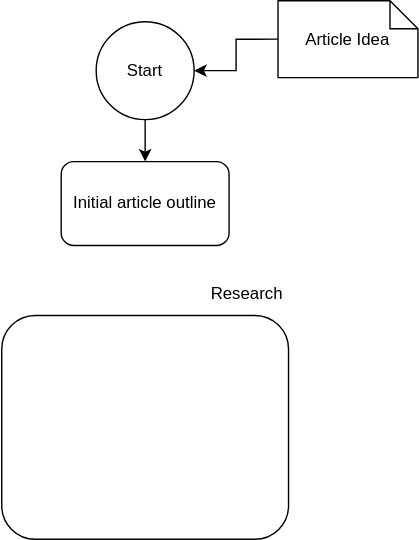
Before: diagram/blog-agent.drawio.svg, a diagram exported from draw.io (lojones/blog-agent-assets). Source tidied: cells renumbered, new cells last; positions are measured from the earlier drawing's top-left corner, leaving out a move shared by most shapes. Its diagram source:
```xml
<mxGraphModel>
  <root>
    <mxCell id="0" />
    <mxCell id="1" parent="0" />
    <mxCell id="2" style="edgeStyle=orthogonalEdgeStyle;rounded=0;jettySize=auto;html=1;exitX=0.5;exitY=1;exitDx=0;exitDy=0;entryX=0.5;entryY=0;entryDx=0;entryDy=0;" parent="1" edge="1" source="3" target="6">
      <mxGeometry relative="1" as="geometry" />
    </mxCell>
    <mxCell id="3" value="Start" style="ellipse;whiteSpace=wrap;html=1;" parent="1" vertex="1">
      <mxGeometry x="68" y="15" width="70" height="70" as="geometry" />
    </mxCell>
    <mxCell id="4" style="edgeStyle=orthogonalEdgeStyle;rounded=0;jettySize=auto;html=1;exitX=0;exitY=0.5;exitDx=0;exitDy=0;exitPerimeter=0;" parent="1" edge="1" source="5" target="3">
      <mxGeometry relative="1" as="geometry" />
    </mxCell>
    <mxCell id="5" value="Article Idea" style="shape=note;size=20;whiteSpace=wrap;html=1;" parent="1" vertex="1">
      <mxGeometry x="198" width="100" height="55" as="geometry" />
    </mxCell>
    <mxCell id="6" value="Initial article outline" style="rounded=1;whiteSpace=wrap;html=1;" parent="1" vertex="1">
      <mxGeometry x="43" y="115" width="120" height="60" as="geometry" />
    </mxCell>
    <mxCell id="7" style="rounded=1;whiteSpace=wrap;html=1;" parent="1" vertex="1">
      <mxGeometry x="0.5" y="225" width="205" height="160" as="geometry" />
    </mxCell>
    <mxCell id="8" value="Research" style="text;html=1;align=center;verticalAlign=middle;whiteSpace=wrap;rounded=0;" parent="1" vertex="1">
      <mxGeometry x="145.5" y="195" width="60" height="30" as="geometry" />
    </mxCell>
  </root>
</mxGraphModel>
```
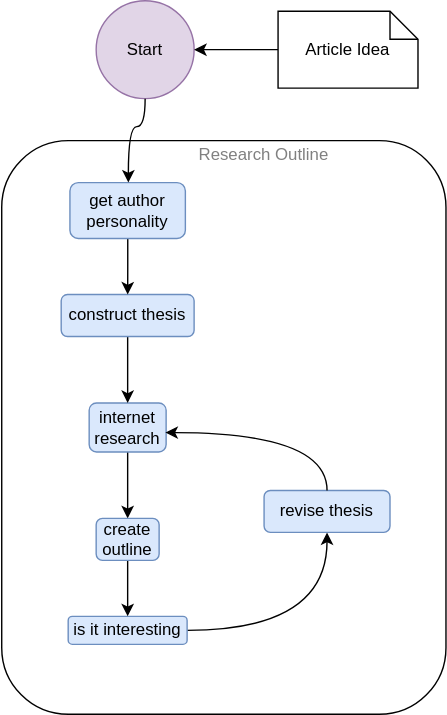
The same file after the commit.

Change to the diagram source:
```diff
@@ -2,26 +2,64 @@
   <root>
     <mxCell id="0" />
     <mxCell id="1" parent="0" />
-    <mxCell id="2" style="edgeStyle=orthogonalEdgeStyle;rounded=0;jettySize=auto;html=1;exitX=0.5;exitY=1;exitDx=0;exitDy=0;entryX=0.5;entryY=0;entryDx=0;entryDy=0;" parent="1" edge="1" source="3" target="6">
-      <mxGeometry relative="1" as="geometry" />
-    </mxCell>
-    <mxCell id="3" value="Start" style="ellipse;whiteSpace=wrap;html=1;" parent="1" vertex="1">
+    <mxCell id="3" value="Start" style="ellipse;whiteSpace=wrap;html=1;fillColor=#e1d5e7;strokeColor=#9673a6;" parent="1" vertex="1">
       <mxGeometry x="68" y="15" width="70" height="70" as="geometry" />
     </mxCell>
     <mxCell id="4" style="edgeStyle=orthogonalEdgeStyle;rounded=0;jettySize=auto;html=1;exitX=0;exitY=0.5;exitDx=0;exitDy=0;exitPerimeter=0;" parent="1" edge="1" source="5" target="3">
       <mxGeometry relative="1" as="geometry" />
     </mxCell>
     <mxCell id="5" value="Article Idea" style="shape=note;size=20;whiteSpace=wrap;html=1;" parent="1" vertex="1">
-      <mxGeometry x="198" width="100" height="55" as="geometry" />
+      <mxGeometry x="198" y="22.5" width="100" height="55" as="geometry" />
     </mxCell>
-    <mxCell id="6" value="Initial article outline" style="rounded=1;whiteSpace=wrap;html=1;" parent="1" vertex="1">
-      <mxGeometry x="43" y="115" width="120" height="60" as="geometry" />
-    </mxCell>
     <mxCell id="7" style="rounded=1;whiteSpace=wrap;html=1;" parent="1" vertex="1">
-      <mxGeometry x="0.5" y="225" width="205" height="160" as="geometry" />
+      <mxGeometry x="0.5" y="115" width="317.5" height="410" as="geometry" />
     </mxCell>
-    <mxCell id="8" value="Research" style="text;html=1;align=center;verticalAlign=middle;whiteSpace=wrap;rounded=0;" parent="1" vertex="1">
-      <mxGeometry x="145.5" y="195" width="60" height="30" as="geometry" />
+    <mxCell id="8" value="Research Outline" style="text;html=1;align=center;verticalAlign=middle;whiteSpace=wrap;rounded=0;fontColor=light-dark(#808080, #ededed);" parent="1" vertex="1">
+      <mxGeometry x="128" y="115" width="120" height="20" as="geometry" />
     </mxCell>
+    <mxCell id="9" style="edgeStyle=orthogonalEdgeStyle;rounded=0;jettySize=auto;html=1;" parent="1" edge="1" source="10" target="18">
+      <mxGeometry relative="1" as="geometry" />
+    </mxCell>
+    <mxCell id="10" value="internet research" style="rounded=1;whiteSpace=wrap;html=1;fillColor=#dae8fc;strokeColor=#6c8ebf;" parent="1" vertex="1">
+      <mxGeometry x="63" y="302.5" width="55" height="35" as="geometry" />
+    </mxCell>
+    <mxCell id="11" style="edgeStyle=orthogonalEdgeStyle;rounded=0;jettySize=auto;html=1;entryX=0.5;entryY=0;entryDx=0;entryDy=0;" parent="1" edge="1" source="12" target="10">
+      <mxGeometry relative="1" as="geometry" />
+    </mxCell>
+    <mxCell id="12" value="construct thesis" style="rounded=1;whiteSpace=wrap;html=1;fillColor=#dae8fc;strokeColor=#6c8ebf;" parent="1" vertex="1">
+      <mxGeometry x="43" y="225" width="95" height="30" as="geometry" />
+    </mxCell>
+    <mxCell id="13" style="edgeStyle=orthogonalEdgeStyle;rounded=0;jettySize=auto;html=1;" parent="1" edge="1" source="14" target="12">
+      <mxGeometry relative="1" as="geometry" />
+    </mxCell>
+    <mxCell id="14" value="get author personality" style="rounded=1;whiteSpace=wrap;html=1;fillColor=#dae8fc;strokeColor=#6c8ebf;" parent="1" vertex="1">
+      <mxGeometry x="49.2" y="145" width="82.5" height="40" as="geometry" />
+    </mxCell>
+    <mxCell id="15" style="edgeStyle=orthogonalEdgeStyle;rounded=0;jettySize=auto;html=1;curved=1;" parent="1" edge="1" source="16" target="19">
+      <mxGeometry relative="1" as="geometry" />
+    </mxCell>
+    <mxCell id="16" value="is it interesting" style="rounded=1;whiteSpace=wrap;html=1;fillColor=#dae8fc;strokeColor=#6c8ebf;" parent="1" vertex="1">
+      <mxGeometry x="48" y="455" width="85" height="20" as="geometry" />
+    </mxCell>
+    <mxCell id="17" style="edgeStyle=orthogonalEdgeStyle;rounded=0;jettySize=auto;html=1;entryX=0.5;entryY=0;entryDx=0;entryDy=0;" parent="1" edge="1" source="18" target="16">
+      <mxGeometry relative="1" as="geometry" />
+    </mxCell>
+    <mxCell id="18" value="create outline" style="rounded=1;whiteSpace=wrap;html=1;fillColor=#dae8fc;strokeColor=#6c8ebf;" parent="1" vertex="1">
+      <mxGeometry x="68" y="385" width="45" height="30" as="geometry" />
+    </mxCell>
+    <mxCell id="19" value="revise thesis" style="rounded=1;whiteSpace=wrap;html=1;fillColor=#dae8fc;strokeColor=#6c8ebf;" parent="1" vertex="1">
+      <mxGeometry x="188" y="365" width="90" height="30" as="geometry" />
+    </mxCell>
+    <mxCell id="20" style="edgeStyle=orthogonalEdgeStyle;rounded=0;jettySize=auto;html=1;curved=1;" parent="1" edge="1" source="3" target="14">
+      <mxGeometry relative="1" as="geometry">
+        <Array as="points">
+          <mxPoint x="103" y="105" />
+          <mxPoint x="91" y="105" />
+        </Array>
+      </mxGeometry>
+    </mxCell>
+    <mxCell id="21" style="edgeStyle=orthogonalEdgeStyle;rounded=0;jettySize=auto;html=1;entryX=0.99;entryY=0.605;entryDx=0;entryDy=0;entryPerimeter=0;exitX=0.5;exitY=0;exitDx=0;exitDy=0;curved=1;" parent="1" edge="1" source="19" target="10">
+      <mxGeometry relative="1" as="geometry" />
+    </mxCell>
   </root>
 </mxGraphModel>
```
